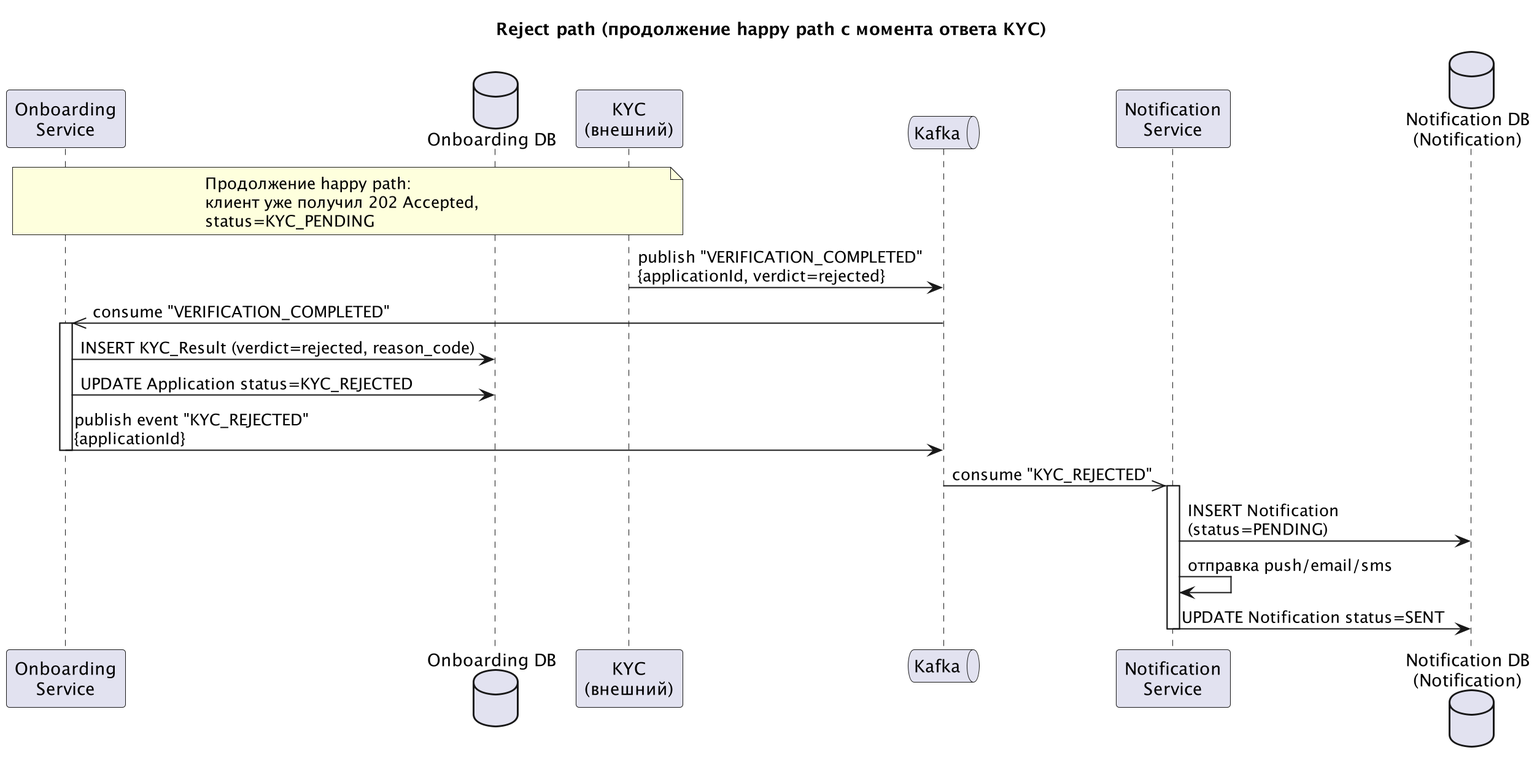
The PlantUML diagram diagrams/exports/Онбординг клиента — reject path.png in PulyaIvan/digital-client-onboarding, before a commit.
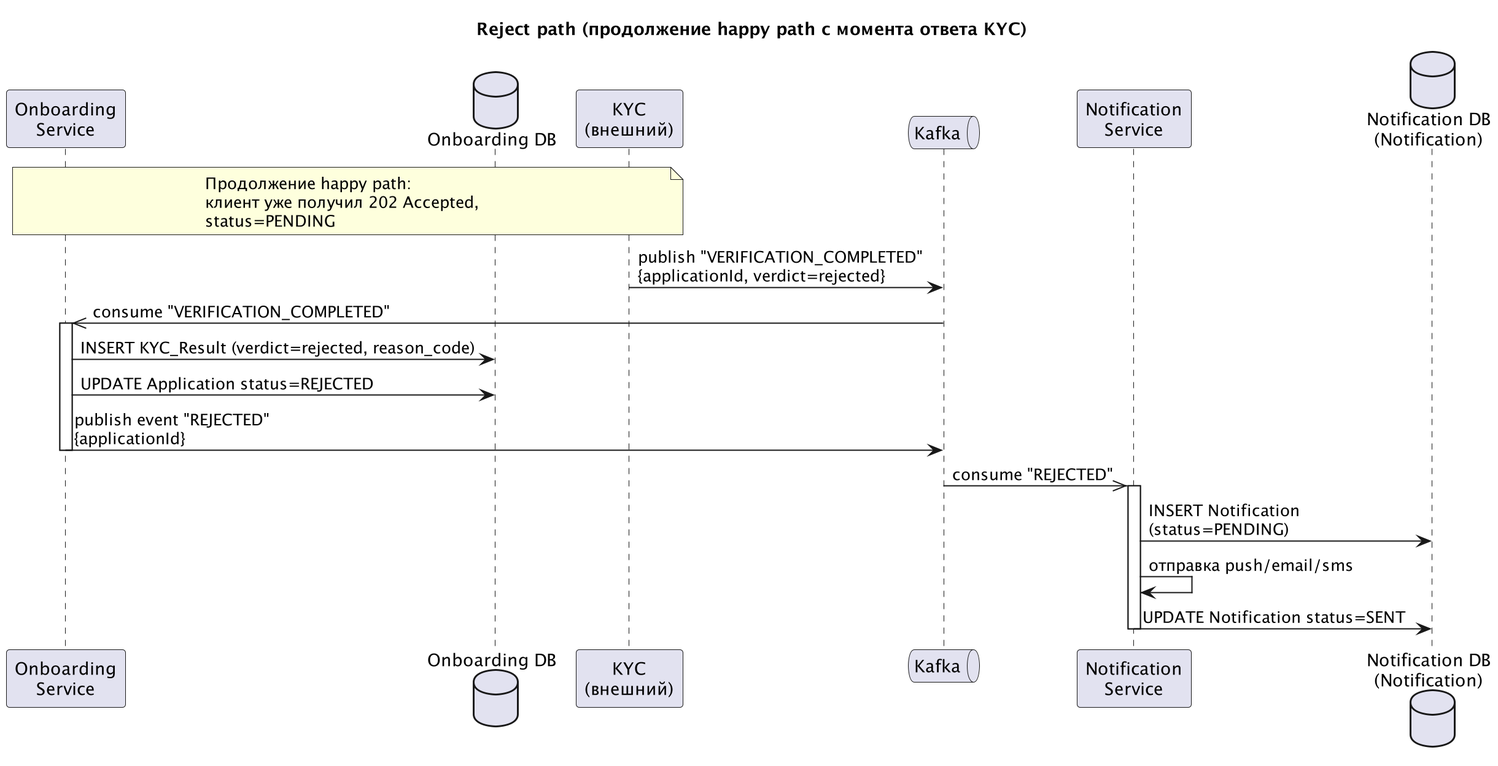
Above is the later version.

Diff of the diagram source:
```diff
@@ -12,18 +12,18 @@
 note over kyc, svc
   Продолжение happy path:
   клиент уже получил 202 Accepted,
-  status=KYC_PENDING
+  status=PENDING
 end note
 
 kyc -> bm: publish "VERIFICATION_COMPLETED"\n{applicationId, verdict=rejected}
 bm ->> svc: consume "VERIFICATION_COMPLETED"
 activate svc
 svc -> db_svc: INSERT KYC_Result (verdict=rejected, reason_code)
-svc -> db_svc: UPDATE Application status=KYC_REJECTED
-svc -> bm: publish event "KYC_REJECTED"\n{applicationId}
+svc -> db_svc: UPDATE Application status=REJECTED
+svc -> bm: publish event "REJECTED"\n{applicationId}
 deactivate svc
 
-bm ->> ns: consume "KYC_REJECTED"
+bm ->> ns: consume "REJECTED"
 activate ns
 ns -> db_ns: INSERT Notification\n(status=PENDING)
 ns -> ns: отправка push/email/sms
```
